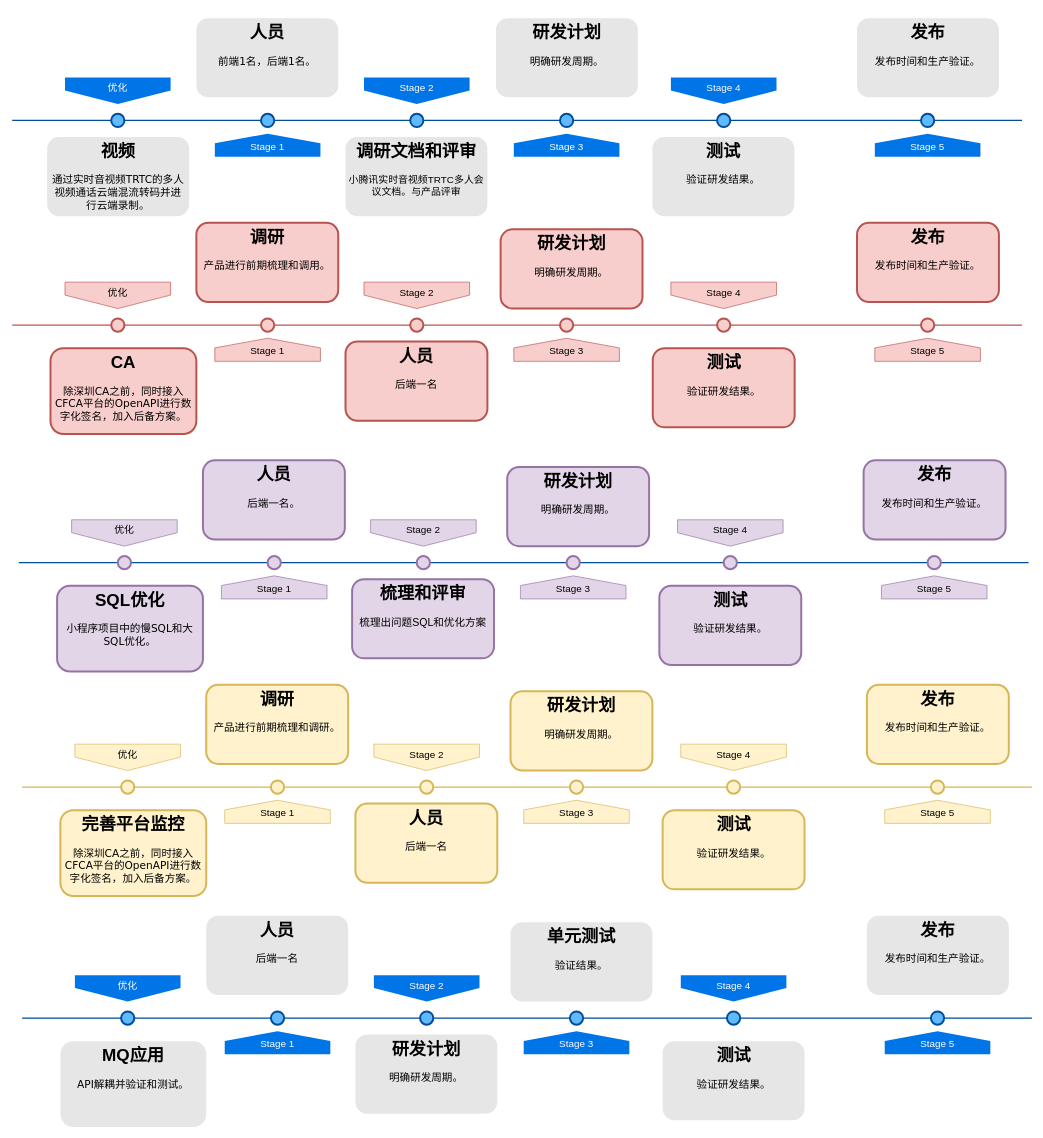
Before: page "Page-3" (2 of 3) of 赋强平台优化方案.drawio in wuyongfeng/wuyongfeng, a draw.io diagram. Source tidied: cells renumbered, new cells numbered last; positions are measured from the earlier drawing's top-left corner, leaving out a move shared by most shapes. Both pictures are drawn from the tidied source at 66%, with x=0, y=0 at pixel (12, 18).
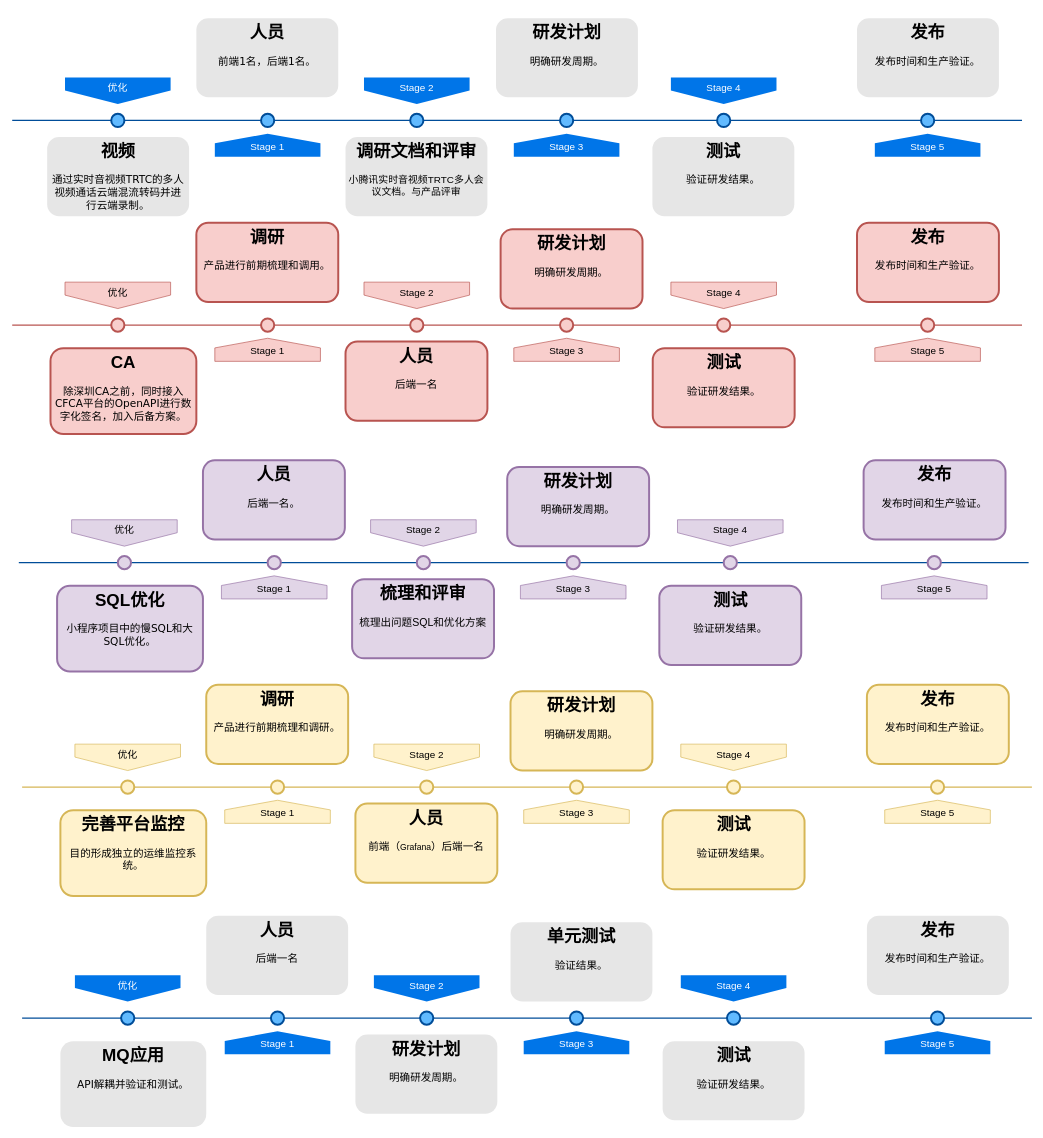
After the change.

Commit message (it also covers changes not shown here):
Update 赋强平台优化方案.drawio

The edit, as a diff of the source:
```diff
@@
-    <mxCell id="59" value="&lt;h1&gt;完善平台监控&lt;/h1&gt;&lt;p&gt;&lt;span style=&quot;font-family: &amp;#34;verdana&amp;#34; ; font-size: 16px ; text-align: left&quot;&gt;除深圳CA之前，同时接入CFCA平台的OpenAPI进行数字化签名，加入后备方案。&lt;/span&gt;&lt;/p&gt;" style="text;html=1;spacing=5;spacingTop=-20;whiteSpace=wrap;overflow=hidden;strokeColor=#d6b656;strokeWidth=3;fillColor=#fff2cc;fontSize=13;align=center;rounded=1;" parent="1" vertex="1">
+    <mxCell id="59" value="&lt;h1&gt;完善平台监控&lt;/h1&gt;&lt;p&gt;&lt;span style=&quot;text-align: left&quot;&gt;&lt;font face=&quot;verdana&quot;&gt;&lt;span style=&quot;font-size: 16px&quot;&gt;目的形成独立的运维监控系统。&lt;/span&gt;&lt;/font&gt;&lt;/span&gt;&lt;/p&gt;" style="text;html=1;spacing=5;spacingTop=-20;whiteSpace=wrap;overflow=hidden;strokeColor=#d6b656;strokeWidth=3;fillColor=#fff2cc;fontSize=13;align=center;rounded=1;" parent="1" vertex="1">
       <mxGeometry x="73" y="1200" width="221" height="130" as="geometry" />
     </mxCell>
@@
-    <mxCell id="70" value="&lt;h1&gt;人员&lt;/h1&gt;&lt;p&gt;&lt;font style=&quot;font-size: 16px&quot;&gt;后端一名&lt;/font&gt;&lt;/p&gt;" style="text;html=1;spacing=5;spacingTop=-20;whiteSpace=wrap;overflow=hidden;strokeColor=#d6b656;strokeWidth=3;fillColor=#fff2cc;fontSize=13;align=center;rounded=1;" parent="1" vertex="1">
+    <mxCell id="70" value="&lt;h1&gt;人员&lt;/h1&gt;&lt;p&gt;&lt;font style=&quot;font-size: 16px&quot;&gt;前端（&lt;/font&gt;&lt;span style=&quot;font-family: &amp;#34;larkhacksafarifont&amp;#34; , &amp;#34;larkemojifont&amp;#34; , &amp;#34;larkchinesequote&amp;#34; , , &amp;#34;blinkmacsystemfont&amp;#34; , &amp;#34;helvetica neue&amp;#34; , &amp;#34;arial&amp;#34; , &amp;#34;segoe ui&amp;#34; , &amp;#34;pingfang sc&amp;#34; , &amp;#34;microsoft yahei&amp;#34; , &amp;#34;hiragino sans gb&amp;#34; , sans-serif , &amp;#34;apple color emoji&amp;#34; , &amp;#34;segoe ui emoji&amp;#34; , &amp;#34;segoe ui symbol&amp;#34; , &amp;#34;noto color emoji&amp;#34;&quot;&gt;Grafana&lt;/span&gt;&lt;span style=&quot;font-size: 16px&quot;&gt;）后端一名&lt;/span&gt;&lt;/p&gt;" style="text;html=1;spacing=5;spacingTop=-20;whiteSpace=wrap;overflow=hidden;strokeColor=#d6b656;strokeWidth=3;fillColor=#fff2cc;fontSize=13;align=center;rounded=1;" parent="1" vertex="1">
       <mxGeometry x="520" y="1190" width="215" height="120" as="geometry" />
     </mxCell>
```
